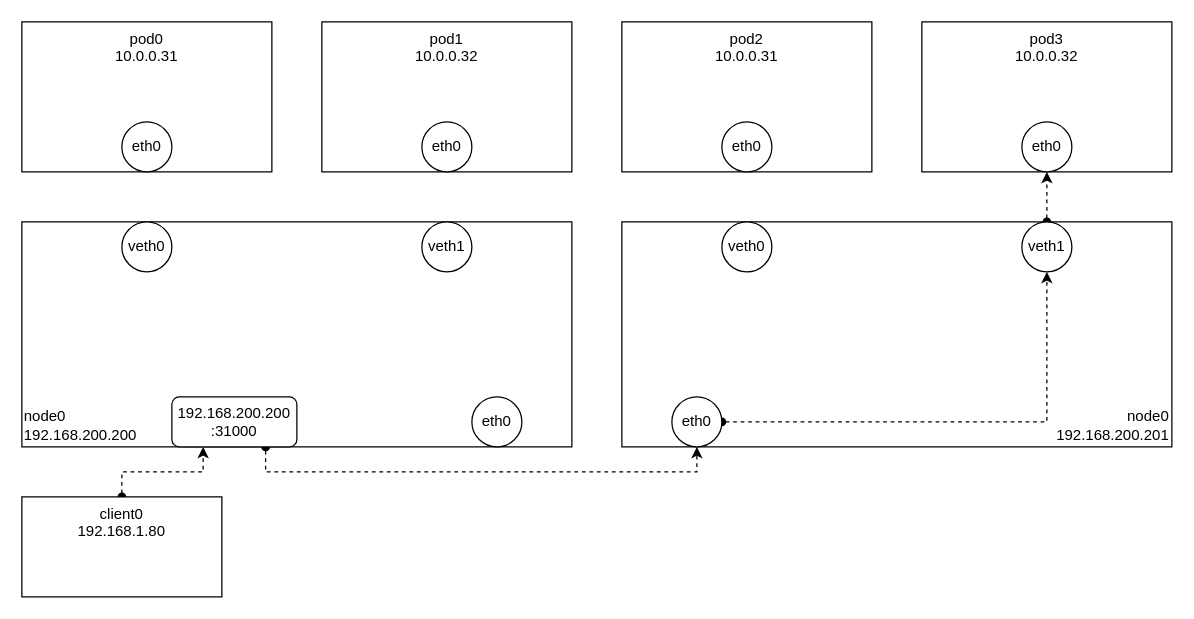
haruband/codebook keeps this draw.io diagram as page "nodeport" (1 of 4) of k8s/kafka.optimize.loadbalancer/loadbalancer.drawio. Above is the earlier version. Source tidied: cells renumbered, new cells numbered last; positions are measured from the earlier drawing's top-left corner, leaving out a move shared by most shapes. Both pictures are drawn from the tidied source at 125%, with x=0, y=0 at pixel (21, 21).
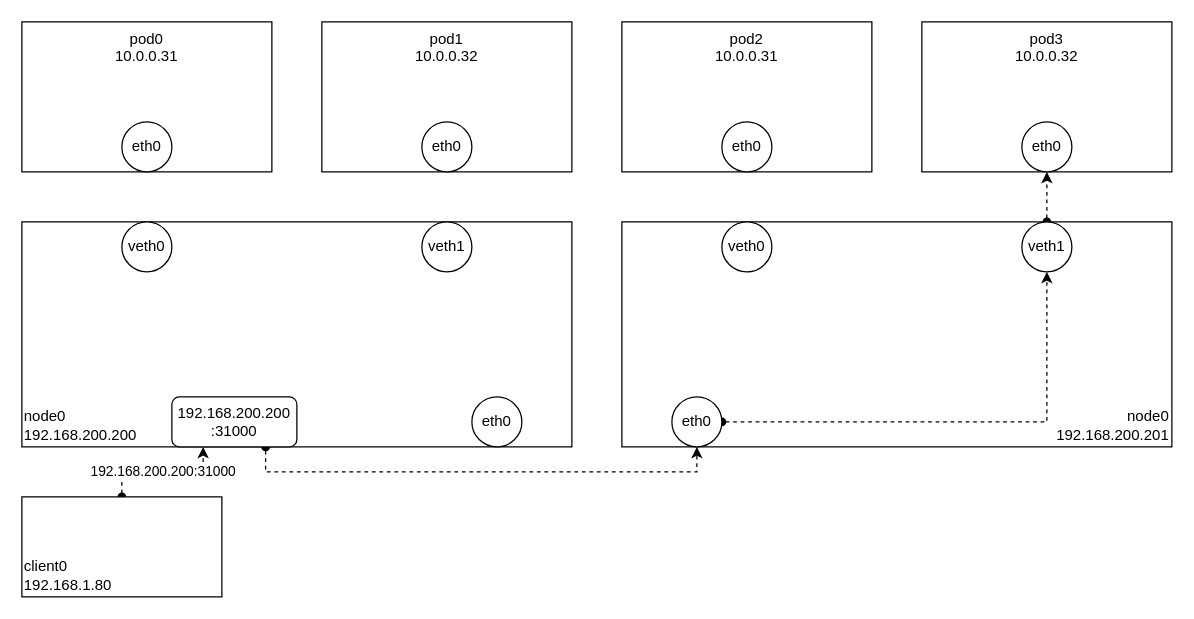
Above is the later version.

The change refers to these unchanged cells:
```xml
<mxCell id="18" value="192.168.200.200&lt;br&gt;:31000" style="rounded=1;whiteSpace=wrap;html=1;" parent="1" vertex="1">
  <mxGeometry x="120" y="300" width="100" height="40" as="geometry" />
</mxCell>
```

Change to the diagram source:
```diff
@@
-    <mxCell id="19" style="edgeStyle=orthogonalEdgeStyle;shape=connector;rounded=0;jettySize=auto;html=1;exitX=0.5;exitY=0;exitDx=0;exitDy=0;entryX=0.25;entryY=1;entryDx=0;entryDy=0;dashed=1;labelBackgroundColor=default;strokeColor=default;fontFamily=Helvetica;fontSize=11;fontColor=default;startArrow=oval;startFill=1;endArrow=classic;" parent="1" edge="1" source="20" target="18">
+    <mxCell id="19" value="192.168.200.200:31000" style="edgeStyle=orthogonalEdgeStyle;shape=connector;rounded=0;jettySize=auto;html=1;exitX=0.5;exitY=0;exitDx=0;exitDy=0;entryX=0.25;entryY=1;entryDx=0;entryDy=0;dashed=1;labelBackgroundColor=default;strokeColor=default;fontFamily=Helvetica;fontSize=11;fontColor=default;startArrow=oval;startFill=1;endArrow=classic;" parent="1" edge="1" source="20" target="18">
       <mxGeometry relative="1" as="geometry" />
     </mxCell>
-    <mxCell id="20" value="client0&lt;br&gt;192.168.1.80" style="rounded=0;whiteSpace=wrap;html=1;verticalAlign=top;labelPosition=center;verticalLabelPosition=middle;align=center;" parent="1" vertex="1">
+    <mxCell id="20" value="client0&lt;br&gt;192.168.1.80" style="rounded=0;whiteSpace=wrap;html=1;verticalAlign=bottom;labelPosition=center;verticalLabelPosition=middle;align=left;" parent="1" vertex="1">
       <mxGeometry y="380" width="160" height="80" as="geometry" />
     </mxCell>
```
